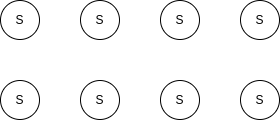
Above: 20221110_graph_algorithms/doc/graph2.png in dayan3847/graph_algorithms (draw.io), before the change. Source tidied: cells renumbered, new cells last; positions are measured from the earlier drawing's top-left corner, leaving out a move shared by most shapes.
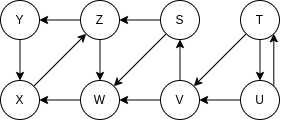
The same file after the commit.

The edit, as a diff of the source:
```diff
@@ -2,28 +2,67 @@
   <root>
     <mxCell id="0" />
     <mxCell id="1" parent="0" />
+    <mxCell id="10" style="edgeStyle=none;rounded=0;jettySize=auto;html=1;exitX=0;exitY=1;exitDx=0;exitDy=0;entryX=1;entryY=0;entryDx=0;entryDy=0;" parent="1" edge="1" source="2" target="7">
+      <mxGeometry relative="1" as="geometry" />
+    </mxCell>
+    <mxCell id="11" style="edgeStyle=none;rounded=0;jettySize=auto;html=1;exitX=0.5;exitY=1;exitDx=0;exitDy=0;" parent="1" edge="1" source="2" target="6">
+      <mxGeometry relative="1" as="geometry" />
+    </mxCell>
-    <mxCell id="2" value="S" style="ellipse;whiteSpace=wrap;html=1;" parent="1" vertex="1">
+    <mxCell id="2" value="T" style="ellipse;whiteSpace=wrap;html=1;" parent="1" vertex="1">
       <mxGeometry x="240" width="39" height="39" as="geometry" />
     </mxCell>
+    <mxCell id="12" style="edgeStyle=none;rounded=0;jettySize=auto;html=1;exitX=0;exitY=0.5;exitDx=0;exitDy=0;entryX=1;entryY=0.5;entryDx=0;entryDy=0;" parent="1" edge="1" source="3" target="4">
+      <mxGeometry relative="1" as="geometry" />
+    </mxCell>
+    <mxCell id="13" style="edgeStyle=none;rounded=0;jettySize=auto;html=1;exitX=0;exitY=1;exitDx=0;exitDy=0;entryX=1;entryY=0;entryDx=0;entryDy=0;" parent="1" edge="1" source="3" target="8">
+      <mxGeometry relative="1" as="geometry" />
+    </mxCell>
     <mxCell id="3" value="S" style="ellipse;whiteSpace=wrap;html=1;" parent="1" vertex="1">
       <mxGeometry x="160" width="39" height="39" as="geometry" />
     </mxCell>
+    <mxCell id="14" style="edgeStyle=orthogonalEdgeStyle;rounded=0;jettySize=auto;html=1;exitX=0;exitY=0.5;exitDx=0;exitDy=0;entryX=1;entryY=0.5;entryDx=0;entryDy=0;" parent="1" edge="1" source="4" target="5">
+      <mxGeometry relative="1" as="geometry" />
+    </mxCell>
+    <mxCell id="15" style="edgeStyle=orthogonalEdgeStyle;rounded=0;jettySize=auto;html=1;exitX=0.5;exitY=1;exitDx=0;exitDy=0;" parent="1" edge="1" source="4" target="8">
+      <mxGeometry relative="1" as="geometry" />
+    </mxCell>
-    <mxCell id="4" value="S" style="ellipse;whiteSpace=wrap;html=1;" parent="1" vertex="1">
+    <mxCell id="4" value="Z" style="ellipse;whiteSpace=wrap;html=1;" parent="1" vertex="1">
       <mxGeometry x="80" width="39" height="39" as="geometry" />
     </mxCell>
+    <mxCell id="16" style="edgeStyle=orthogonalEdgeStyle;rounded=0;jettySize=auto;html=1;exitX=0.5;exitY=1;exitDx=0;exitDy=0;entryX=0.5;entryY=0;entryDx=0;entryDy=0;" parent="1" edge="1" source="5" target="9">
+      <mxGeometry relative="1" as="geometry" />
+    </mxCell>
-    <mxCell id="5" value="S" style="ellipse;whiteSpace=wrap;html=1;" parent="1" vertex="1">
+    <mxCell id="5" value="Y" style="ellipse;whiteSpace=wrap;html=1;" parent="1" vertex="1">
       <mxGeometry width="39" height="39" as="geometry" />
     </mxCell>
+    <mxCell id="17" style="edgeStyle=none;rounded=0;jettySize=auto;html=1;exitX=0;exitY=0.5;exitDx=0;exitDy=0;entryX=1;entryY=0.5;entryDx=0;entryDy=0;" parent="1" edge="1" source="6" target="7">
+      <mxGeometry relative="1" as="geometry" />
+    </mxCell>
+    <mxCell id="18" style="edgeStyle=none;rounded=0;jettySize=auto;html=1;exitX=1;exitY=0;exitDx=0;exitDy=0;entryX=1;entryY=1;entryDx=0;entryDy=0;" parent="1" edge="1" source="6" target="2">
+      <mxGeometry relative="1" as="geometry" />
+    </mxCell>
-    <mxCell id="6" value="S" style="ellipse;whiteSpace=wrap;html=1;" parent="1" vertex="1">
+    <mxCell id="6" value="U" style="ellipse;whiteSpace=wrap;html=1;" parent="1" vertex="1">
       <mxGeometry x="240" y="80" width="39" height="39" as="geometry" />
     </mxCell>
+    <mxCell id="19" style="edgeStyle=none;rounded=0;jettySize=auto;html=1;exitX=0;exitY=0.5;exitDx=0;exitDy=0;entryX=1;entryY=0.5;entryDx=0;entryDy=0;" parent="1" edge="1" source="7" target="8">
+      <mxGeometry relative="1" as="geometry" />
+    </mxCell>
+    <mxCell id="20" style="edgeStyle=none;rounded=0;jettySize=auto;html=1;exitX=0.5;exitY=0;exitDx=0;exitDy=0;entryX=0.5;entryY=1;entryDx=0;entryDy=0;" parent="1" edge="1" source="7" target="3">
+      <mxGeometry relative="1" as="geometry" />
+    </mxCell>
-    <mxCell id="7" value="S" style="ellipse;whiteSpace=wrap;html=1;" parent="1" vertex="1">
+    <mxCell id="7" value="V" style="ellipse;whiteSpace=wrap;html=1;" parent="1" vertex="1">
       <mxGeometry x="160" y="80" width="39" height="39" as="geometry" />
     </mxCell>
+    <mxCell id="21" style="edgeStyle=orthogonalEdgeStyle;rounded=0;jettySize=auto;html=1;exitX=0;exitY=0.5;exitDx=0;exitDy=0;entryX=1;entryY=0.5;entryDx=0;entryDy=0;" parent="1" edge="1" source="8" target="9">
+      <mxGeometry relative="1" as="geometry" />
+    </mxCell>
-    <mxCell id="8" value="S" style="ellipse;whiteSpace=wrap;html=1;" parent="1" vertex="1">
+    <mxCell id="8" value="W" style="ellipse;whiteSpace=wrap;html=1;" parent="1" vertex="1">
       <mxGeometry x="80" y="80" width="39" height="39" as="geometry" />
     </mxCell>
+    <mxCell id="22" style="rounded=0;jettySize=auto;html=1;exitX=1;exitY=0;exitDx=0;exitDy=0;entryX=0;entryY=1;entryDx=0;entryDy=0;" parent="1" edge="1" source="9" target="4">
+      <mxGeometry relative="1" as="geometry" />
+    </mxCell>
-    <mxCell id="9" value="S" style="ellipse;whiteSpace=wrap;html=1;" parent="1" vertex="1">
+    <mxCell id="9" value="X" style="ellipse;whiteSpace=wrap;html=1;" parent="1" vertex="1">
       <mxGeometry y="80" width="39" height="39" as="geometry" />
     </mxCell>
   </root>
```
